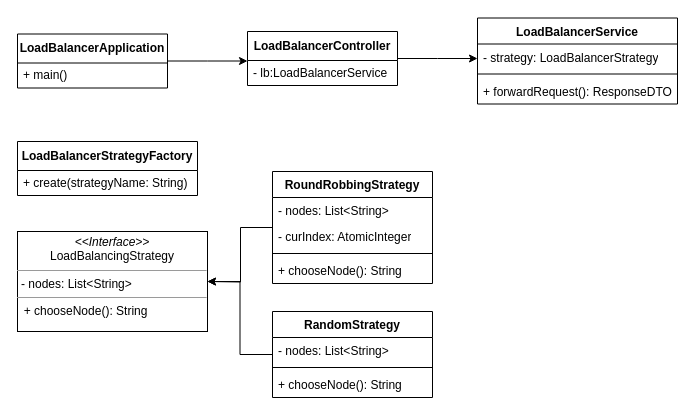
Earlier version of the draw.io diagram docs/Load-balancer.drawio (TiagoSansao/multi-strategy-load-balancer). Source tidied: cells renumbered, new cells numbered last; positions are measured from the earlier drawing's top-left corner, leaving out a move shared by most shapes. Both pictures are drawn from the tidied source at 100%, with x=0, y=0 at pixel (17, 17).
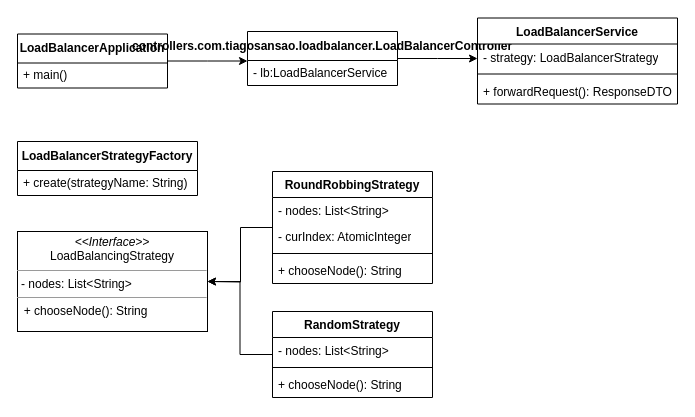
After the change.

Commit message (it also covers changes not shown here):
refactor(load-balancer): changes in project structure

The edit, as a diff of the source:
```diff
@@
-    <mxCell id="6" value="LoadBalancerController" style="swimlane;fontStyle=1;align=center;verticalAlign=middle;horizontal=1;startSize=29;html=1;whiteSpace=wrap;" parent="1" vertex="1">
+    <mxCell id="6" value="controllers.com.tiagosansao.loadbalancer.LoadBalancerController" style="swimlane;fontStyle=1;align=center;verticalAlign=middle;horizontal=1;startSize=29;html=1;whiteSpace=wrap;" parent="1" vertex="1">
       <mxGeometry x="230" y="14" width="150" height="54" as="geometry" />
     </mxCell>
```
